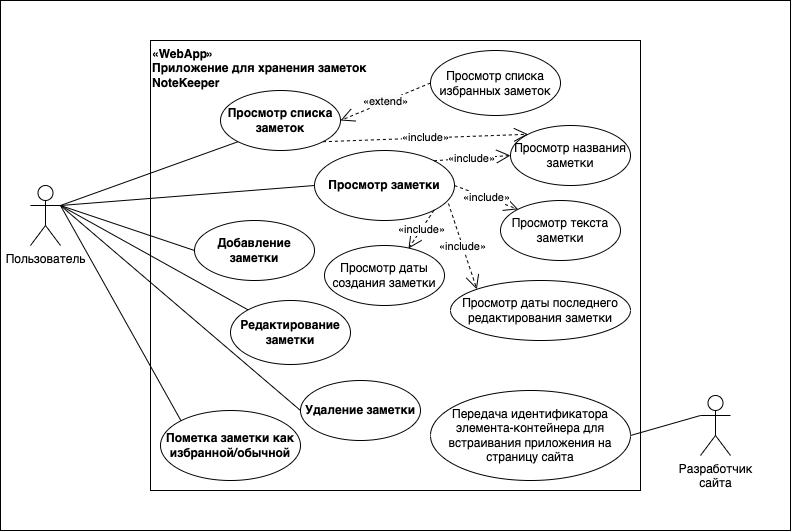
Above: NoteKeeper.png in Dmitry-Rosinskiy/Test (draw.io), before the change. Source tidied: cells renumbered, new cells last; positions are measured from the earlier drawing's top-left corner, leaving out a move shared by most shapes.
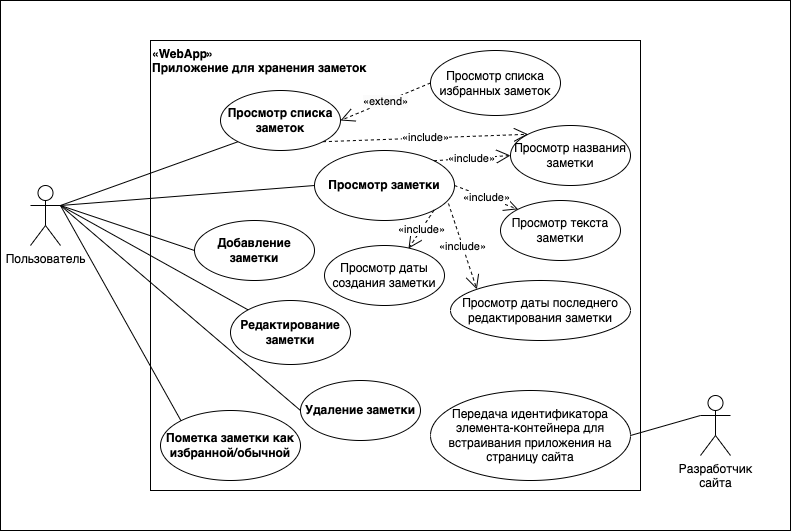
Above is the later version.

What changed in the source:
```diff
@@ -5,7 +5,7 @@
     <mxCell id="2" style="rounded=0;whiteSpace=wrap;html=1;labelBackgroundColor=none;" parent="1" vertex="1">
       <mxGeometry width="790" height="530" as="geometry" />
     </mxCell>
-    <mxCell id="3" value="&lt;b&gt;«WebApp»&lt;font face=&quot;Helvetica&quot;&gt;&lt;br&gt;Приложение для хранения заметок&lt;br&gt;NoteKeeper&lt;br&gt;&lt;/font&gt;&lt;/b&gt;" style="html=1;whiteSpace=wrap;align=left;horizontal=1;verticalAlign=top;" parent="1" vertex="1">
+    <mxCell id="3" value="&lt;b&gt;«WebApp»&lt;font face=&quot;Helvetica&quot;&gt;&lt;br&gt;Приложение для хранения заметок&lt;br&gt;&lt;/font&gt;&lt;/b&gt;" style="html=1;whiteSpace=wrap;align=left;horizontal=1;verticalAlign=top;" parent="1" vertex="1">
       <mxGeometry x="150" y="40" width="490" height="450" as="geometry" />
     </mxCell>
     <mxCell id="4" value="Разработчик&lt;br&gt;сайта" style="shape=umlActor;verticalLabelPosition=bottom;verticalAlign=top;html=1;" parent="1" vertex="1">
```
